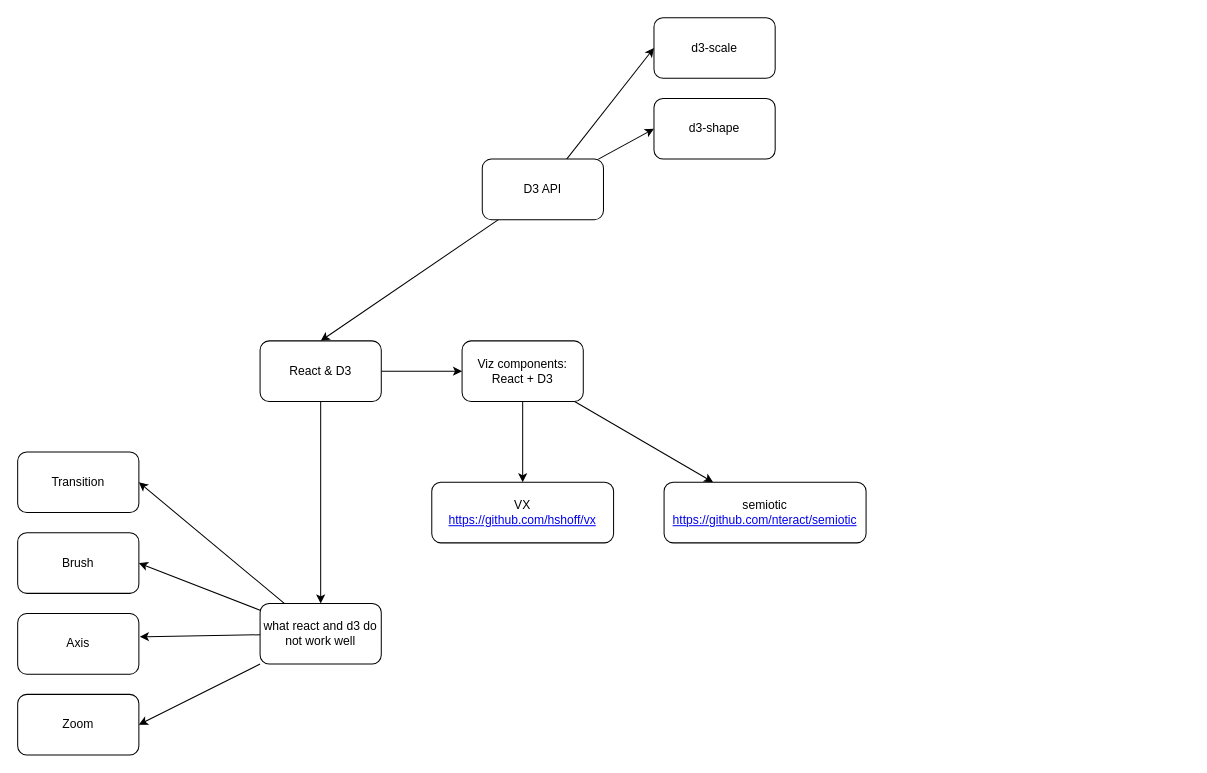
Above: Visualization.drawio in mengdage/project-diagram (draw.io), before the change. Source tidied: cells renumbered, new cells numbered last; positions are measured from the earlier drawing's top-left corner, leaving out a move shared by most shapes. Both pictures are drawn from the tidied source at 101%, with x=0, y=0 at pixel (17, 17).
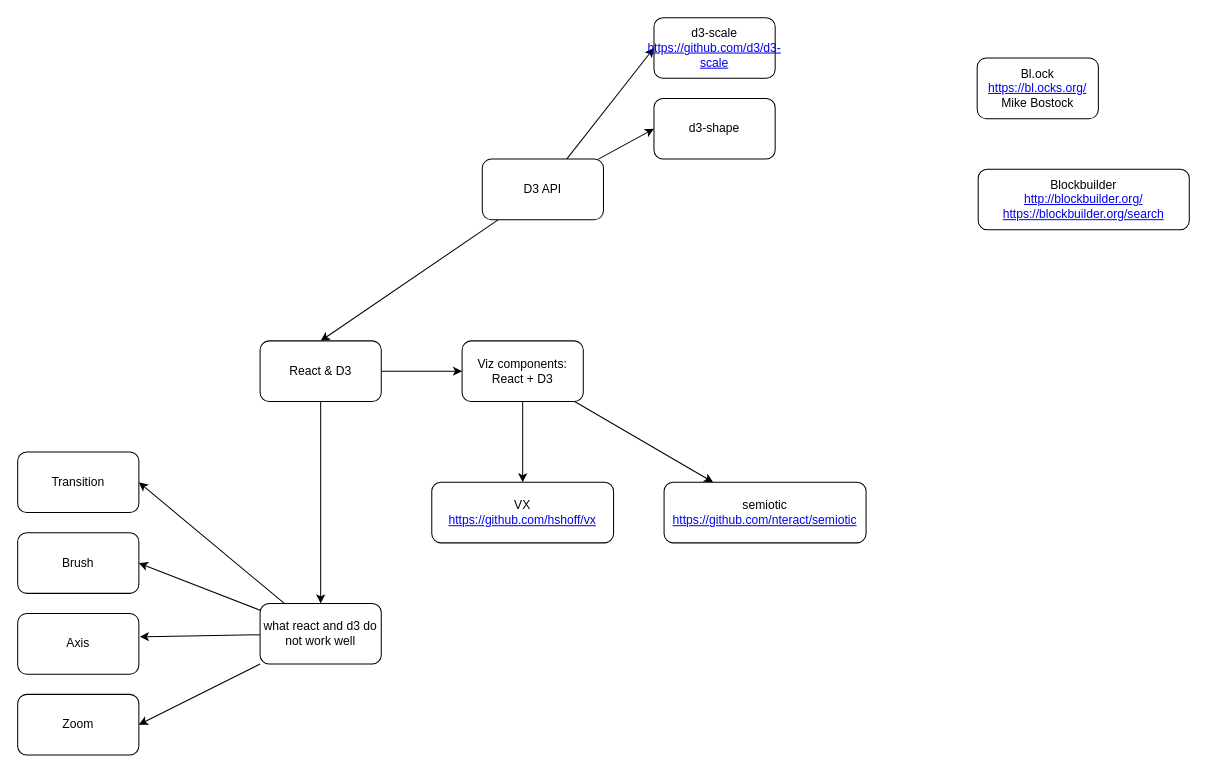
After the change.

What changed in the source:
```diff
@@
-    <mxCell id="7" value="d3-scale" style="rounded=1;whiteSpace=wrap;html=1;" parent="1" vertex="1">
+    <mxCell id="7" value="d3-scale&lt;br&gt;&lt;a href=&quot;https://github.com/d3/d3-scale&quot;&gt;https://github.com/d3/d3-scale&lt;/a&gt;" style="rounded=1;whiteSpace=wrap;html=1;" parent="1" vertex="1">
       <mxGeometry x="630" width="120" height="60" as="geometry" />
     </mxCell>
@@
+    <mxCell id="25" value="Bl.ock&lt;br&gt;&lt;a href=&quot;https://bl.ocks.org/&quot;&gt;https://bl.ocks.org/&lt;/a&gt;&lt;br&gt;Mike Bostock" style="rounded=1;whiteSpace=wrap;html=1;" parent="1" vertex="1">
+      <mxGeometry x="950" y="40" width="120" height="60" as="geometry" />
+    </mxCell>
+    <mxCell id="26" value="Blockbuilder&lt;br&gt;&lt;a href=&quot;http://blockbuilder.org/&quot;&gt;http://blockbuilder.org/&lt;/a&gt;&lt;br&gt;&lt;a href=&quot;https://blockbuilder.org/search&quot;&gt;https://blockbuilder.org/search&lt;/a&gt;" style="rounded=1;whiteSpace=wrap;html=1;" parent="1" vertex="1">
+      <mxGeometry x="951" y="150" width="209" height="60" as="geometry" />
+    </mxCell>
```
